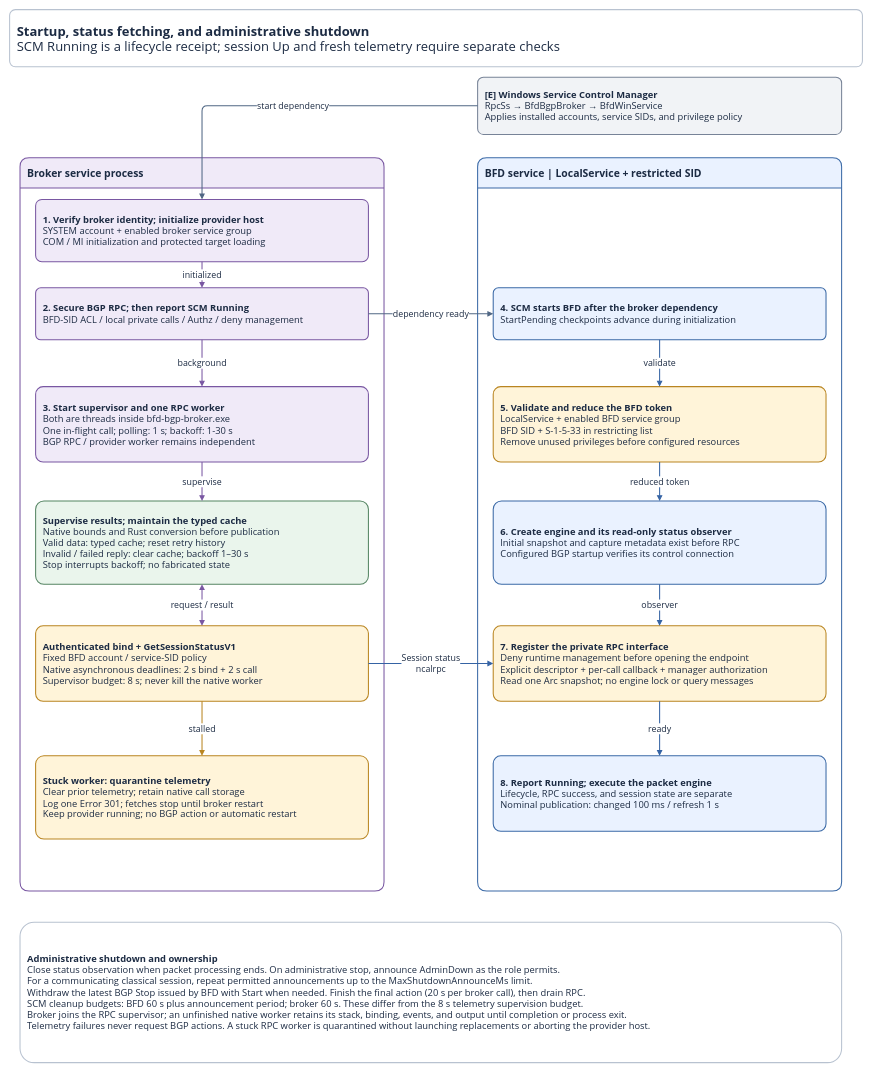
Above: page "2 Service lifecycle" (2 of 3) of docs/service-communication.drawio in miketheitguy/bfd-winservice (draw.io), before the change. Source tidied: cells renumbered, new cells numbered last; positions are measured from the earlier drawing's top-left corner, leaving out a move shared by most shapes. Both pictures are drawn from the tidied source at 52%, with x=0, y=0 at pixel (9, 9).
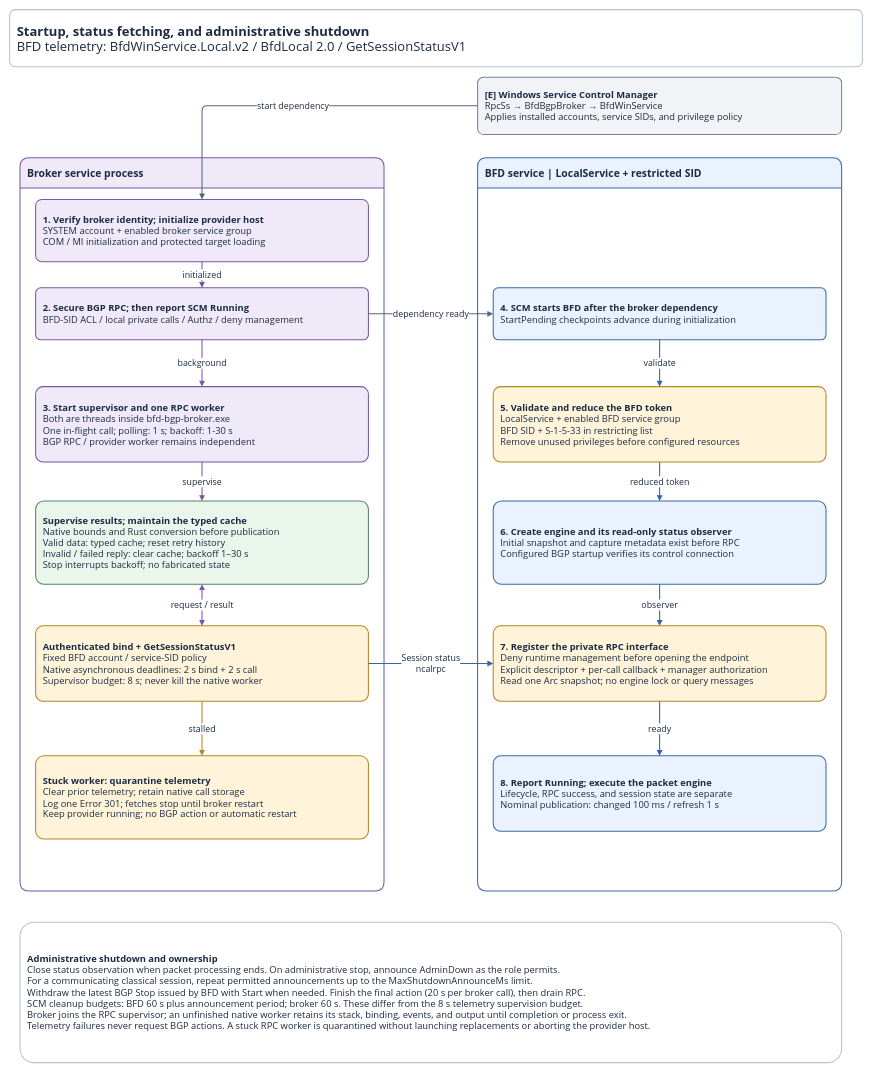
The same page after the edit.

What changed in the source:
```diff
@@
-    <mxCell id="2" value="&lt;b&gt;Startup, status fetching, and administrative shutdown&lt;/b&gt;&lt;br&gt;SCM Running is a lifecycle receipt; session Up and fresh telemetry require separate checks" style="rounded=1;arcSize=10;whiteSpace=wrap;html=1;fillColor=#FFFFFF;strokeColor=#B8C2D0;strokeWidth=2;fontFamily=Segoe UI;fontSize=25;fontColor=#1C2B43;spacing=14;align=left;verticalAlign=middle;" parent="1" vertex="1">
+    <mxCell id="2" value="&lt;b&gt;Startup, status fetching, and administrative shutdown&lt;/b&gt;&lt;br&gt;BFD telemetry: BfdWinService.Local.v2 / BfdLocal 2.0 / GetSessionStatusV1" style="rounded=1;arcSize=10;whiteSpace=wrap;html=1;fillColor=#FFFFFF;strokeColor=#B8C2D0;strokeWidth=2;fontFamily=Segoe UI;fontSize=25;fontColor=#1C2B43;spacing=14;align=left;verticalAlign=middle;" parent="1" vertex="1">
       <mxGeometry width="1640" height="110" as="geometry" />
     </mxCell>
```
